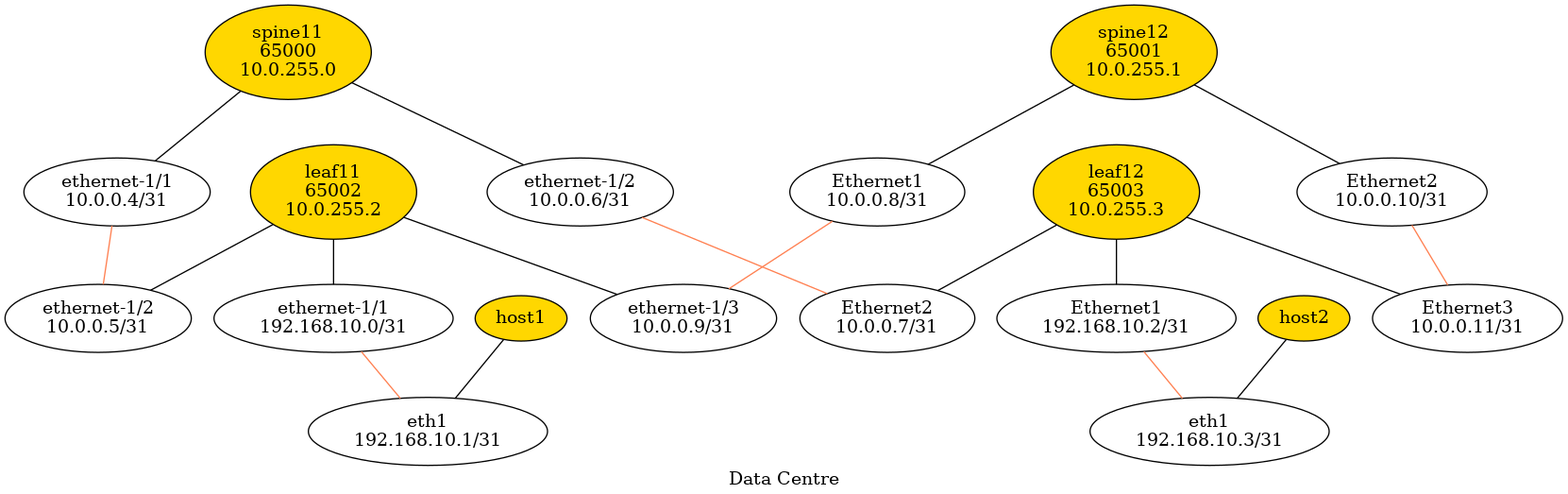
Above: topology/autogen.gv.png in akarneliuk/hs-dc (Graphviz), before the change. Its source is kept beside it as topology/autogen.gv.
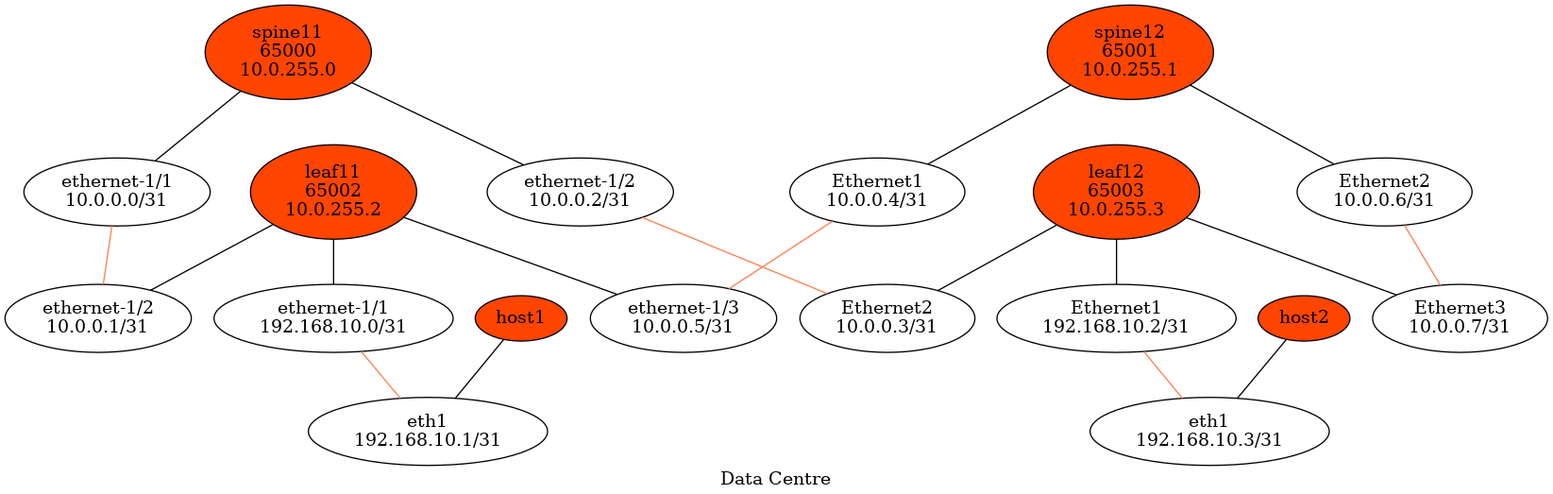
The same diagram one commit later.

The edit, as a diff of the source:
```diff
@@ -4,7 +4,7 @@
 	spine11	 [bgp_asn=65000,
 		dev_role=spines,
 		dev_type="nokia-srlinux",
-		fillcolor=gold,
+		fillcolor=orangered,
 		label="spine11
 65000
 10.0.255.0",
@@ -15,25 +15,25 @@
 		style=filled];
 	"iface-4"	 [dev_name="ethernet-1/1",
 		dev_type=port,
-		ipv4="10.0.0.4/31",
+		ipv4="10.0.0.0/31",
 		label="ethernet-1/1
-10.0.0.4/31",
+10.0.0.0/31",
 		rank=5];
 	spine11 -- "iface-4"	 [color=black,
 		phy=port];
 	"iface-6"	 [dev_name="ethernet-1/2",
 		dev_type=port,
-		ipv4="10.0.0.6/31",
+		ipv4="10.0.0.2/31",
 		label="ethernet-1/2
-10.0.0.6/31",
+10.0.0.2/31",
 		rank=5];
 	spine11 -- "iface-6"	 [color=black,
 		phy=port];
 	"iface-5"	 [dev_name="ethernet-1/2",
 		dev_type=port,
-		ipv4="10.0.0.5/31",
+		ipv4="10.0.0.1/31",
 		label="ethernet-1/2
-10.0.0.5/31",
+10.0.0.1/31",
 		rank=6];
 	"iface-4" -- "iface-5"	 [color=coral,
 		linux_bridge=hs_br_4,
@@ -41,9 +41,9 @@
 		role=dc];
 	"iface-7"	 [dev_name=Ethernet2,
 		dev_type=port,
-		ipv4="10.0.0.7/31",
+		ipv4="10.0.0.3/31",
 		label="Ethernet2
-10.0.0.7/31",
+10.0.0.3/31",
 		rank=6];
 	"iface-6" -- "iface-7"	 [color=coral,
 		linux_bridge=hs_br_6,
@@ -52,7 +52,7 @@
 	spine12	 [bgp_asn=65001,
 		dev_role=spines,
 		dev_type="microsoft-sonic",
-		fillcolor=gold,
+		fillcolor=orangered,
 		label="spine12
 65001
 10.0.255.1",
@@ -64,25 +64,25 @@
 		vlan_base=10];
 	"iface-8"	 [dev_name=Ethernet1,
 		dev_type=port,
-		ipv4="10.0.0.8/31",
+		ipv4="10.0.0.4/31",
 		label="Ethernet1
-10.0.0.8/31",
+10.0.0.4/31",
 		rank=5];
 	spine12 -- "iface-8"	 [color=black,
 		phy=port];
 	"iface-10"	 [dev_name=Ethernet2,
 		dev_type=port,
-		ipv4="10.0.0.10/31",
+		ipv4="10.0.0.6/31",
 		label="Ethernet2
-10.0.0.10/31",
+10.0.0.6/31",
 		rank=5];
 	spine12 -- "iface-10"	 [color=black,
 		phy=port];
 	"iface-9"	 [dev_name="ethernet-1/3",
 		dev_type=port,
-		ipv4="10.0.0.9/31",
+		ipv4="10.0.0.5/31",
 		label="ethernet-1/3
-10.0.0.9/31",
+10.0.0.5/31",
 		rank=6];
 	"iface-8" -- "iface-9"	 [color=coral,
 		linux_bridge=hs_br_8,
@@ -90,9 +90,9 @@
 		role=dc];
 	"iface-11"	 [dev_name=Ethernet3,
 		dev_type=port,
-		ipv4="10.0.0.11/31",
+		ipv4="10.0.0.7/31",
 		label="Ethernet3
-10.0.0.11/31",
+10.0.0.7/31",
 		rank=6];
 	"iface-10" -- "iface-11"	 [color=coral,
 		linux_bridge=hs_br_10,
@@ -101,7 +101,7 @@
 	leaf11	 [bgp_asn=65002,
 		dev_role=leafs,
 		dev_type="nokia-srlinux",
-		fillcolor=gold,
+		fillcolor=orangered,
 		label="leaf11
 65002
 10.0.255.2",
@@ -135,7 +135,7 @@
 	leaf12	 [bgp_asn=65003,
 		dev_role=leafs,
 		dev_type="microsoft-sonic",
-		fillcolor=gold,
+		fillcolor=orangered,
 		label="leaf12
 65003
 10.0.255.3",
@@ -169,7 +169,7 @@
 		role=customer];
 	host1	 [dev_role=hosts,
 		dev_type=ubuntu,
-		fillcolor=gold,
+		fillcolor=orangered,
 		pod=A,
 		rank=10,
 		style=filled];
@@ -177,7 +177,7 @@
 		phy=port];
 	host2	 [dev_role=hosts,
 		dev_type=ubuntu,
-		fillcolor=gold,
+		fillcolor=orangered,
 		pod=A,
 		rank=10,
 		style=filled];
```
